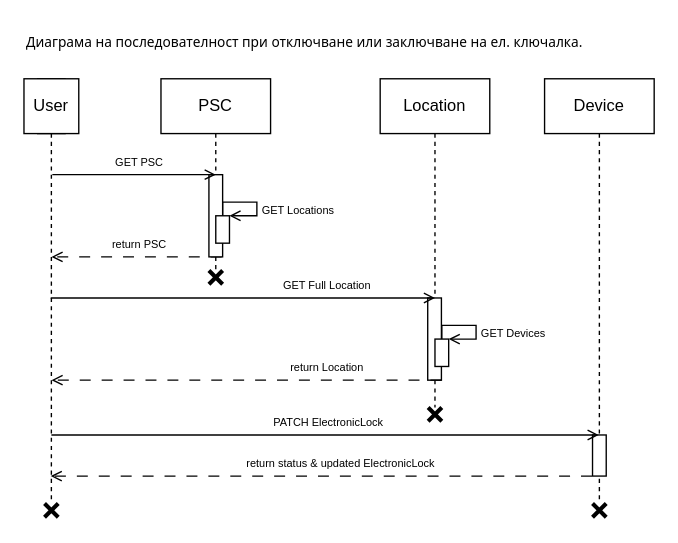
This is sequence2.drawio from IsmailSalehCode/UML-course-work, a draw.io file, before an edit. Source tidied: cells renumbered, new cells numbered last; positions are measured from the earlier drawing's top-left corner, leaving out a move shared by most shapes. Both pictures are drawn from the tidied source at 137%, with x=0, y=0 at pixel (23, 23).
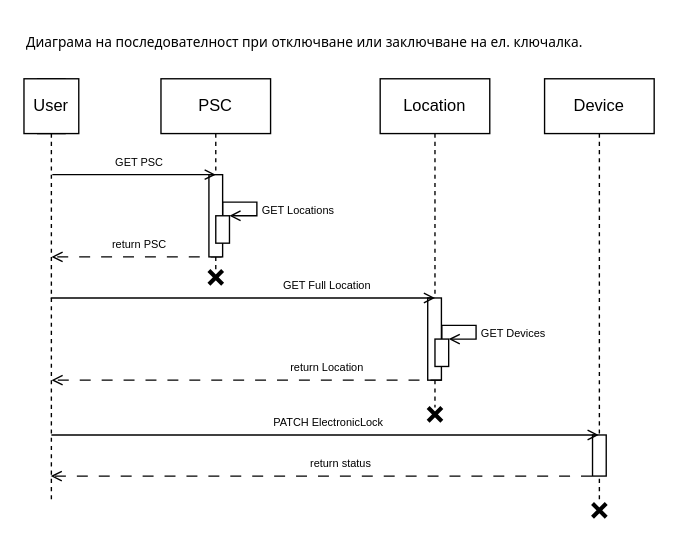
The same diagram, later.

The change refers to these unchanged cells:
```xml
<mxCell id="24" style="edgeStyle=elbowEdgeStyle;rounded=0;jettySize=auto;html=1;elbow=vertical;curved=0;dashed=1;endArrow=open;endFill=0;dashPattern=8 8;fontSize=8;" parent="1" edge="1" target="12">
  <mxGeometry relative="1" as="geometry">
    <mxPoint x="414.6" y="330" as="sourcePoint" />
  </mxGeometry>
</mxCell>
```

Change to the diagram source:
```diff
@@
-    <mxCell id="25" value="return status &amp;amp; updated ElectronicLock" style="edgeLabel;html=1;align=center;verticalAlign=middle;fontSize=8;" parent="24" vertex="1">
+    <mxCell id="25" value="return status" style="edgeLabel;html=1;align=center;verticalAlign=middle;fontSize=8;" parent="24" vertex="1">
       <mxGeometry x="-0.06" y="-1" relative="1" as="geometry">
         <mxPoint x="2" y="-9" as="offset" />
       </mxGeometry>
     </mxCell>
@@
-    <mxCell id="30" style="shape=umlDestroy;whiteSpace=wrap;html=1;strokeWidth=3;targetShapes=umlLifeline;" parent="1" vertex="1">
-      <mxGeometry x="15" y="350" width="10" height="10" as="geometry" />
-    </mxCell>
```
